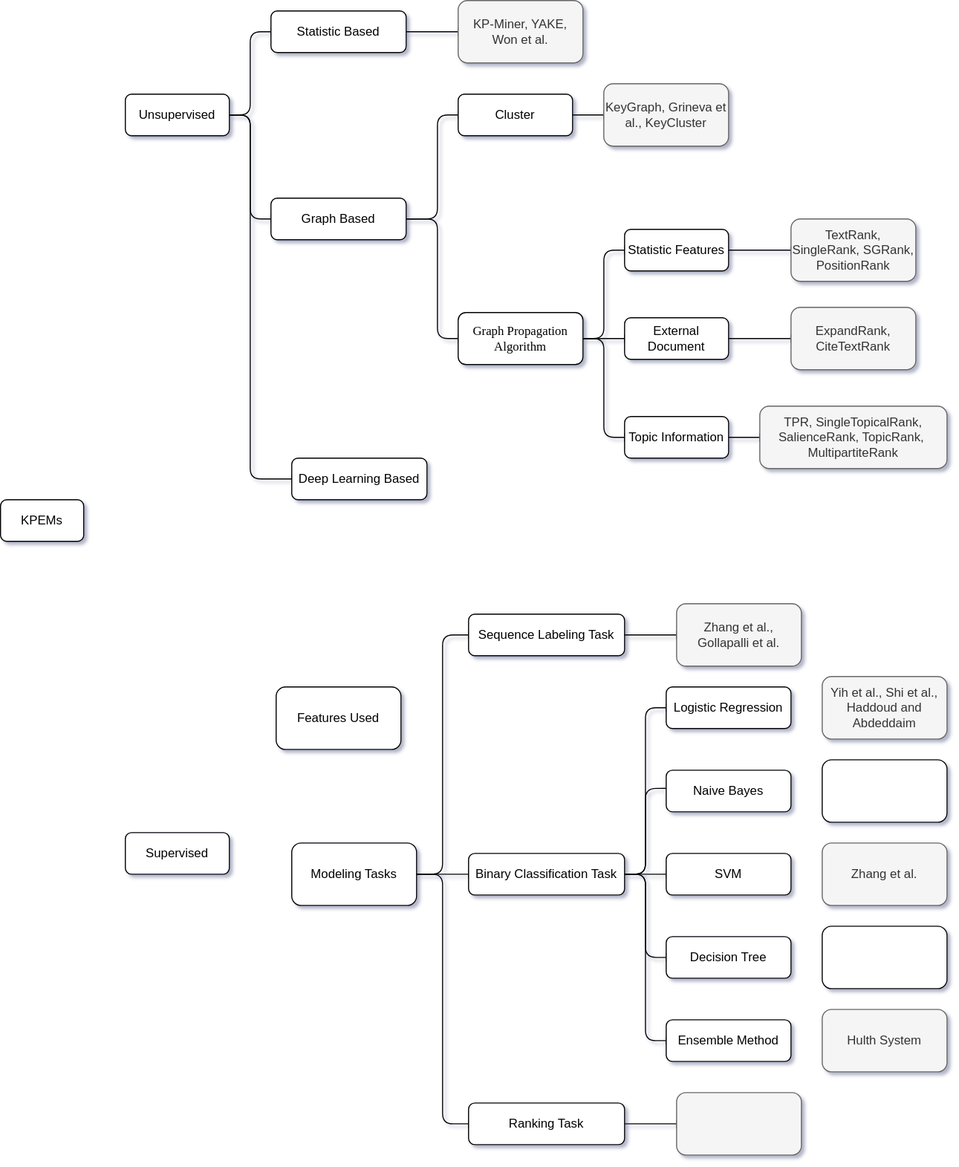
sjchasel/stock_prediction keeps this draw.io diagram as 草稿/Untitled Diagram.drawio.svg. Above is the earlier version. Source tidied: cells renumbered, new cells last; positions are measured from the earlier drawing's top-left corner, leaving out a move shared by most shapes.
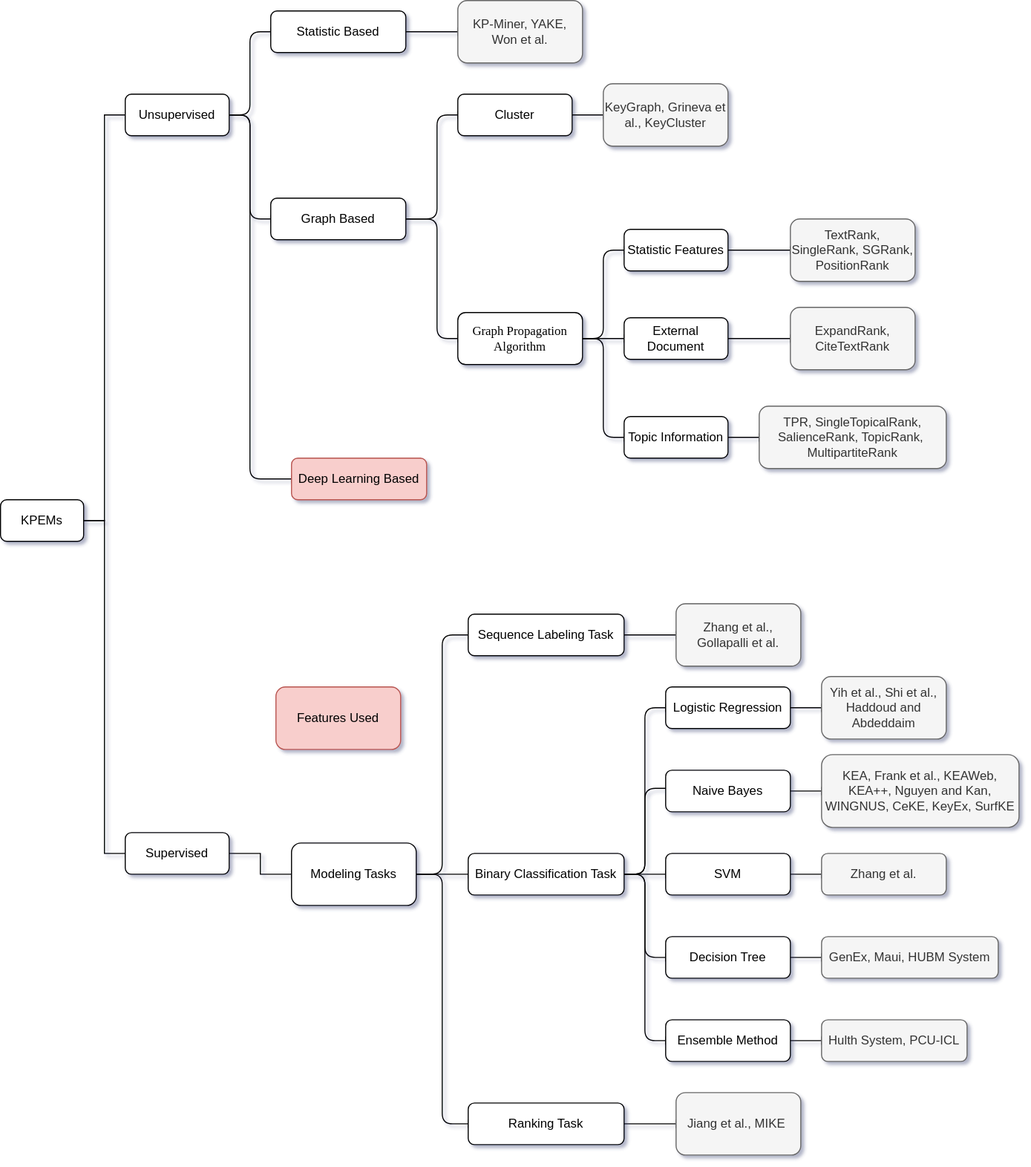
After the change.

Change to the diagram source:
```diff
@@ -2,6 +2,12 @@
   <root>
     <mxCell id="0" style="html=1;" />
     <mxCell id="1" style="html=1;" parent="0" />
+    <mxCell id="58" style="edgeStyle=orthogonalEdgeStyle;rounded=0;jettySize=auto;html=1;exitX=1;exitY=0.5;exitDx=0;exitDy=0;entryX=0;entryY=0.5;entryDx=0;entryDy=0;endArrow=baseDash;endFill=0;" parent="1" edge="1" source="2" target="6">
+      <mxGeometry relative="1" as="geometry" />
+    </mxCell>
+    <mxCell id="59" style="edgeStyle=orthogonalEdgeStyle;rounded=0;jettySize=auto;html=1;exitX=1;exitY=0.5;exitDx=0;exitDy=0;entryX=0;entryY=0.5;entryDx=0;entryDy=0;endArrow=baseDash;endFill=0;" parent="1" edge="1" source="2" target="7">
+      <mxGeometry relative="1" as="geometry" />
+    </mxCell>
     <mxCell id="2" value="KPEMs" style="rounded=1;whiteSpace=wrap;html=1;" parent="1" vertex="1">
       <mxGeometry y="480" width="80" height="40" as="geometry" />
     </mxCell>
@@ -22,6 +28,9 @@
     <mxCell id="6" value="Unsupervised" style="rounded=1;whiteSpace=wrap;html=1;" parent="1" vertex="1">
       <mxGeometry x="120" y="90" width="100" height="40" as="geometry" />
     </mxCell>
+    <mxCell id="60" style="edgeStyle=orthogonalEdgeStyle;rounded=0;jettySize=auto;html=1;exitX=1;exitY=0.5;exitDx=0;exitDy=0;entryX=0;entryY=0.5;entryDx=0;entryDy=0;endArrow=baseDash;endFill=0;" parent="1" edge="1" source="7" target="35">
+      <mxGeometry relative="1" as="geometry" />
+    </mxCell>
     <mxCell id="7" value="Supervised" style="rounded=1;whiteSpace=wrap;html=1;" parent="1" vertex="1">
       <mxGeometry x="120" y="800" width="100" height="40" as="geometry" />
     </mxCell>
@@ -50,7 +59,7 @@
     <mxCell id="12" value="Graph Based" style="rounded=1;whiteSpace=wrap;html=1;" parent="1" vertex="1">
       <mxGeometry x="260" y="190" width="130" height="40" as="geometry" />
     </mxCell>
-    <mxCell id="13" value="Deep Learning Based" style="rounded=1;whiteSpace=wrap;html=1;" parent="1" vertex="1">
+    <mxCell id="13" value="Deep Learning Based" style="rounded=1;whiteSpace=wrap;html=1;fillColor=#f8cecc;strokeColor=#b85450;" parent="1" vertex="1">
       <mxGeometry x="280" y="440" width="130" height="40" as="geometry" />
     </mxCell>
     <mxCell id="14" value="KP-Miner, YAKE, Won et al." style="rounded=1;whiteSpace=wrap;html=1;fillColor=#f5f5f5;strokeColor=#666666;fontColor=#333333;" parent="1" vertex="1">
@@ -104,7 +113,7 @@
     <mxCell id="30" value="TPR, SingleTopicalRank, SalienceRank, TopicRank,&amp;nbsp;&lt;br&gt;MultipartiteRank" style="rounded=1;whiteSpace=wrap;html=1;sketch=0;fillColor=#f5f5f5;fontColor=#333333;strokeColor=#666666;" parent="1" vertex="1">
       <mxGeometry x="730" y="390" width="180" height="60" as="geometry" />
     </mxCell>
-    <mxCell id="31" value="Features Used" style="rounded=1;whiteSpace=wrap;html=1;sketch=0;fontSize=12;" parent="1" vertex="1">
+    <mxCell id="31" value="Features Used" style="rounded=1;whiteSpace=wrap;html=1;sketch=0;fontSize=12;fillColor=#f8cecc;strokeColor=#b85450;" parent="1" vertex="1">
       <mxGeometry x="265" y="660" width="120" height="60" as="geometry" />
     </mxCell>
     <mxCell id="32" style="edgeStyle=orthogonalEdgeStyle;curved=0;rounded=1;sketch=0;jettySize=auto;html=1;exitX=1;exitY=0.5;exitDx=0;exitDy=0;entryX=0;entryY=0.5;entryDx=0;entryDy=0;fontSize=12;endArrow=baseDash;endFill=0;" parent="1" edge="1" source="35" target="37">
@@ -152,38 +161,53 @@
     <mxCell id="46" value="Zhang et al., Gollapalli et al." style="rounded=1;whiteSpace=wrap;html=1;sketch=0;fontSize=12;fillColor=#f5f5f5;fontColor=#333333;strokeColor=#666666;" parent="1" vertex="1">
       <mxGeometry x="650" y="580" width="120" height="60" as="geometry" />
     </mxCell>
+    <mxCell id="61" style="edgeStyle=orthogonalEdgeStyle;rounded=0;jettySize=auto;html=1;exitX=1;exitY=0.5;exitDx=0;exitDy=0;entryX=0;entryY=0.5;entryDx=0;entryDy=0;endArrow=baseDash;endFill=0;" parent="1" edge="1" source="47" target="53">
+      <mxGeometry relative="1" as="geometry" />
+    </mxCell>
     <mxCell id="47" value="Logistic Regression" style="rounded=1;whiteSpace=wrap;html=1;sketch=0;fontSize=12;" parent="1" vertex="1">
       <mxGeometry x="640" y="660" width="120" height="40" as="geometry" />
     </mxCell>
+    <mxCell id="62" style="edgeStyle=orthogonalEdgeStyle;rounded=0;jettySize=auto;html=1;exitX=1;exitY=0.5;exitDx=0;exitDy=0;endArrow=baseDash;endFill=0;" parent="1" edge="1" source="48" target="57">
+      <mxGeometry relative="1" as="geometry" />
+    </mxCell>
     <mxCell id="48" value="Naive Bayes" style="rounded=1;whiteSpace=wrap;html=1;sketch=0;fontSize=12;" parent="1" vertex="1">
       <mxGeometry x="640" y="740" width="120" height="40" as="geometry" />
     </mxCell>
+    <mxCell id="63" style="edgeStyle=orthogonalEdgeStyle;rounded=0;jettySize=auto;html=1;exitX=1;exitY=0.5;exitDx=0;exitDy=0;entryX=0;entryY=0.5;entryDx=0;entryDy=0;endArrow=baseDash;endFill=0;" parent="1" edge="1" source="49" target="54">
+      <mxGeometry relative="1" as="geometry" />
+    </mxCell>
     <mxCell id="49" value="SVM" style="rounded=1;whiteSpace=wrap;html=1;sketch=0;fontSize=12;" parent="1" vertex="1">
       <mxGeometry x="640" y="820" width="120" height="40" as="geometry" />
     </mxCell>
+    <mxCell id="64" style="edgeStyle=orthogonalEdgeStyle;rounded=0;jettySize=auto;html=1;exitX=1;exitY=0.5;exitDx=0;exitDy=0;entryX=0;entryY=0.5;entryDx=0;entryDy=0;endArrow=baseDash;endFill=0;" parent="1" edge="1" source="50" target="55">
+      <mxGeometry relative="1" as="geometry" />
+    </mxCell>
     <mxCell id="50" value="Decision Tree" style="rounded=1;whiteSpace=wrap;html=1;sketch=0;fontSize=12;" parent="1" vertex="1">
       <mxGeometry x="640" y="900" width="120" height="40" as="geometry" />
     </mxCell>
+    <mxCell id="65" style="edgeStyle=orthogonalEdgeStyle;rounded=0;jettySize=auto;html=1;exitX=1;exitY=0.5;exitDx=0;exitDy=0;entryX=0;entryY=0.5;entryDx=0;entryDy=0;endArrow=baseDash;endFill=0;" parent="1" edge="1" source="51" target="56">
+      <mxGeometry relative="1" as="geometry" />
+    </mxCell>
     <mxCell id="51" value="Ensemble Method" style="rounded=1;whiteSpace=wrap;html=1;sketch=0;fontSize=12;" parent="1" vertex="1">
       <mxGeometry x="640" y="980" width="120" height="40" as="geometry" />
     </mxCell>
-    <mxCell id="52" style="rounded=1;whiteSpace=wrap;html=1;sketch=0;fontSize=12;fillColor=#f5f5f5;fontColor=#333333;strokeColor=#666666;" parent="1" vertex="1">
+    <mxCell id="52" value="Jiang et al., MIKE&amp;nbsp;" style="rounded=1;whiteSpace=wrap;html=1;sketch=0;fontSize=12;fillColor=#f5f5f5;fontColor=#333333;strokeColor=#666666;" parent="1" vertex="1">
       <mxGeometry x="650" y="1050" width="120" height="60" as="geometry" />
     </mxCell>
     <mxCell id="53" value="Yih et al., Shi et al., Haddoud and Abdeddaim" style="rounded=1;whiteSpace=wrap;html=1;sketch=0;fontSize=12;fillColor=#f5f5f5;fontColor=#333333;strokeColor=#666666;" parent="1" vertex="1">
       <mxGeometry x="790" y="650" width="120" height="60" as="geometry" />
     </mxCell>
     <mxCell id="54" value="Zhang et al." style="rounded=1;whiteSpace=wrap;html=1;sketch=0;fontSize=12;fillColor=#f5f5f5;fontColor=#333333;strokeColor=#666666;" parent="1" vertex="1">
-      <mxGeometry x="790" y="810" width="120" height="60" as="geometry" />
+      <mxGeometry x="790" y="820" width="120" height="40" as="geometry" />
     </mxCell>
-    <mxCell id="55" style="rounded=1;whiteSpace=wrap;html=1;sketch=0;fontSize=12;" parent="1" vertex="1">
-      <mxGeometry x="790" y="890" width="120" height="60" as="geometry" />
+    <mxCell id="55" value="GenEx, Maui, HUBM System" style="rounded=1;whiteSpace=wrap;html=1;sketch=0;fontSize=12;fillColor=#f5f5f5;fontColor=#333333;strokeColor=#666666;" parent="1" vertex="1">
+      <mxGeometry x="790" y="900" width="170" height="40" as="geometry" />
     </mxCell>
-    <mxCell id="56" value="Hulth System" style="rounded=1;whiteSpace=wrap;html=1;sketch=0;fontSize=12;fillColor=#f5f5f5;fontColor=#333333;strokeColor=#666666;" parent="1" vertex="1">
-      <mxGeometry x="790" y="970" width="120" height="60" as="geometry" />
+    <mxCell id="56" value="Hulth System, PCU-ICL" style="rounded=1;whiteSpace=wrap;html=1;sketch=0;fontSize=12;fillColor=#f5f5f5;fontColor=#333333;strokeColor=#666666;" parent="1" vertex="1">
+      <mxGeometry x="790" y="980" width="140" height="40" as="geometry" />
     </mxCell>
-    <mxCell id="57" style="rounded=1;whiteSpace=wrap;html=1;sketch=0;fontSize=12;" parent="1" vertex="1">
-      <mxGeometry x="790" y="730" width="120" height="60" as="geometry" />
+    <mxCell id="57" value="KEA, Frank et al., KEAWeb, KEA++, Nguyen and Kan, WINGNUS, CeKE, KeyEx, SurfKE" style="rounded=1;whiteSpace=wrap;html=1;sketch=0;fontSize=12;fillColor=#f5f5f5;fontColor=#333333;strokeColor=#666666;" parent="1" vertex="1">
+      <mxGeometry x="790" y="725" width="190" height="70" as="geometry" />
     </mxCell>
   </root>
 </mxGraphModel>
```
